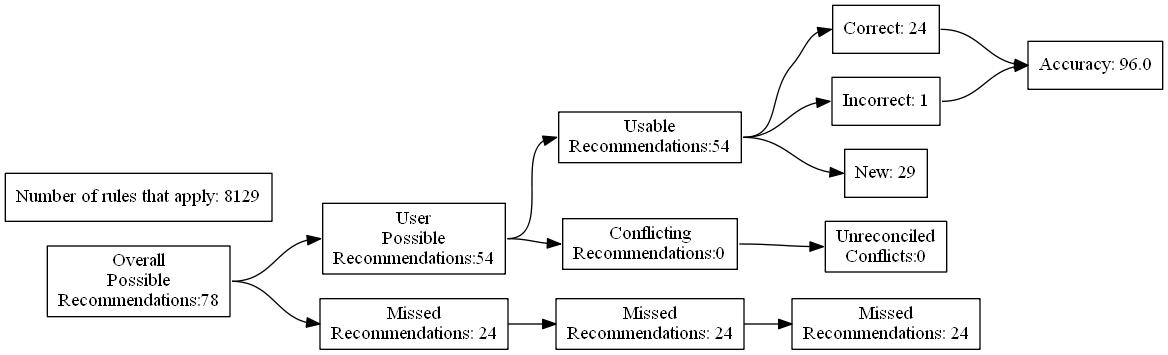
ZaxR/ibd_diet_analysis keeps this Graphviz diagram as test_renders/41.gv.png. Above is the earlier version. Its source is kept beside it as test_renders/41.gv.
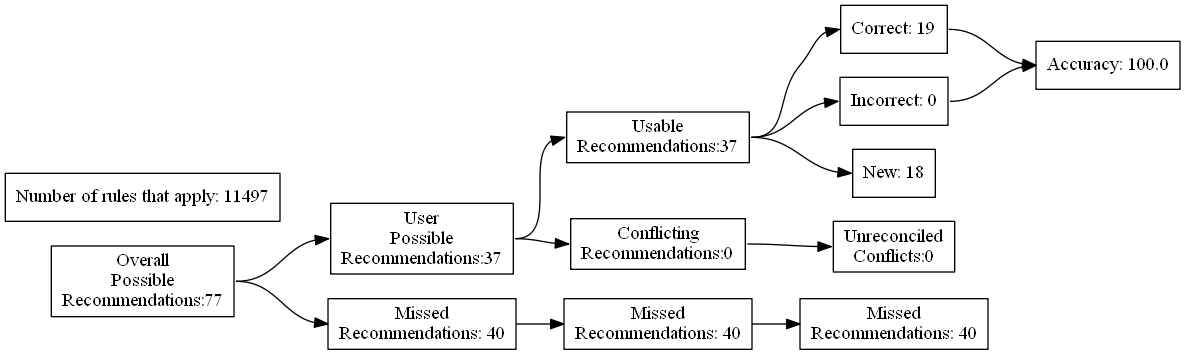
After the change.

Diff of the diagram source:
```diff
@@ -4,27 +4,27 @@
 	edge [headport=w tailport=e]
 		A [label="Overall
 Possible
-Recommendations:78"]
+Recommendations:77"]
 		B [label="User
 Possible
-Recommendations:54"]
+Recommendations:37"]
 		C [label="Missed
-Recommendations: 24"]
+Recommendations: 40"]
 		D [label="Usable
-Recommendations:54"]
+Recommendations:37"]
 		E [label="Conflicting
 Recommendations:0"]
 		J [label="Missed
-Recommendations: 24"]
+Recommendations: 40"]
 		M [label="Unreconciled
 Conflicts:0"]
-		F [label="Correct: 24"]
-		G [label="Incorrect: 1"]
-		H [label="New: 29"]
+		F [label="Correct: 19"]
+		G [label="Incorrect: 0"]
+		H [label="New: 18"]
 		K [label="Missed
-Recommendations: 24"]
-		I [label="Accuracy: 96.0"]
-		l [label="Number of rules that apply: 8129"]
+Recommendations: 40"]
+		I [label="Accuracy: 100.0"]
+		l [label="Number of rules that apply: 11497"]
 			A -> B
 			A -> C
 			B -> D
```
